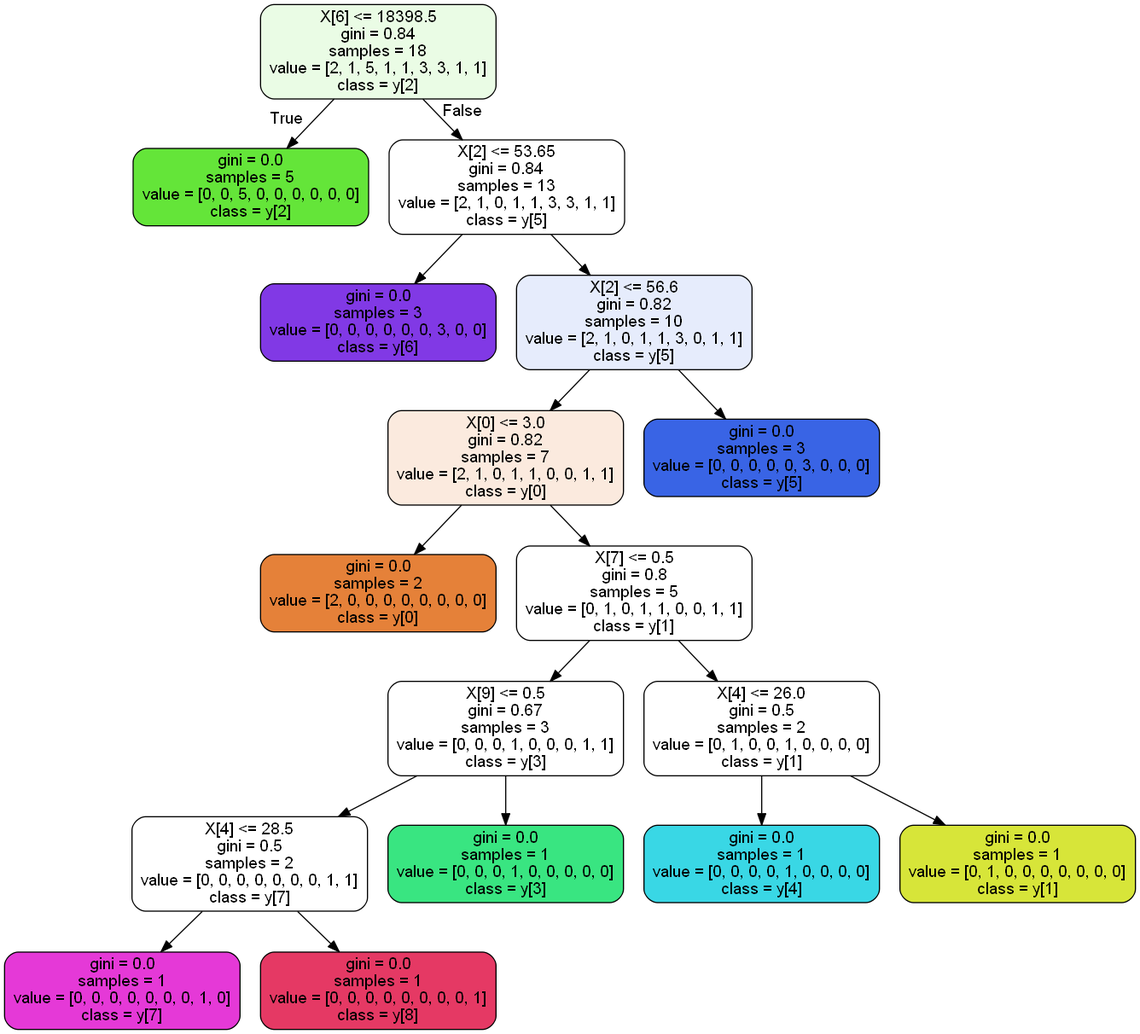
AndreaDagg/DecisIonCAr keeps this Graphviz diagram as treerace.png. Above is the earlier version. Its source is kept beside it as treerace.dot.
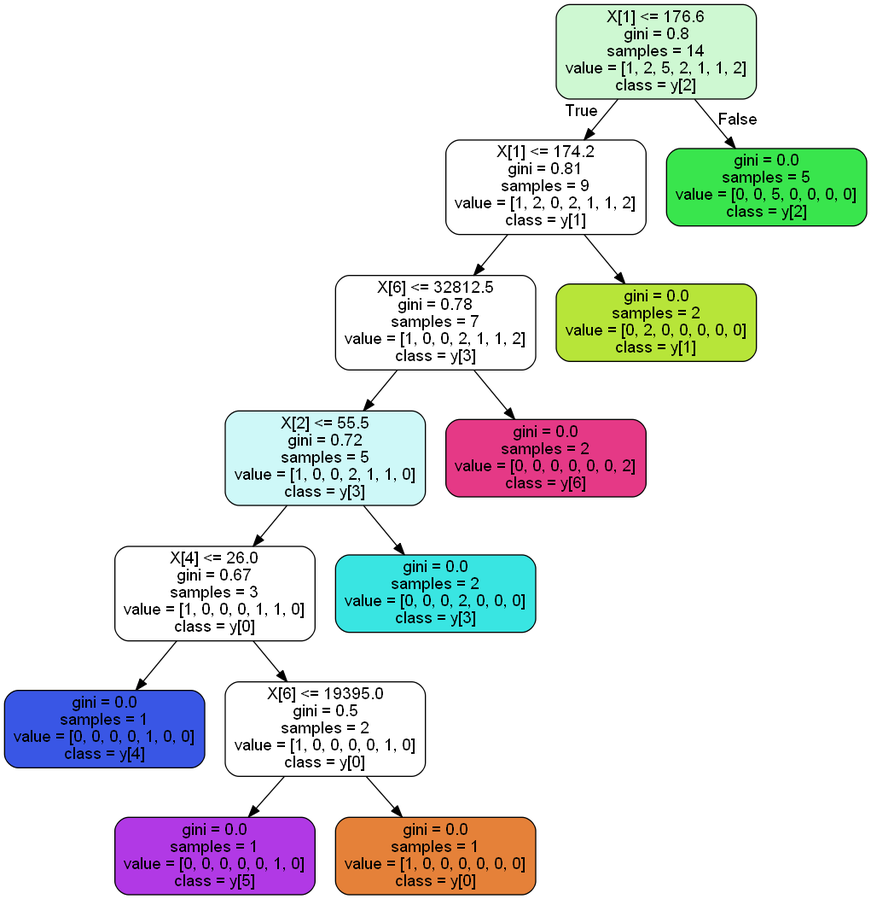
The same diagram one commit later.

Diff of the diagram source:
```diff
@@ -1,37 +1,29 @@
 digraph Tree {
 node [shape=box, style="filled, rounded", color="black", fontname=helvetica] ;
 edge [fontname=helvetica] ;
-0 [label="X[6] <= 18398.5\ngini = 0.84\nsamples = 18\nvalue = [2, 1, 5, 1, 1, 3, 3, 1, 1]\nclass = y[2]", fillcolor="#eafce5"] ;
-1 [label="gini = 0.0\nsamples = 5\nvalue = [0, 0, 5, 0, 0, 0, 0, 0, 0]\nclass = y[2]", fillcolor="#64e539"] ;
+0 [label="X[1] <= 176.6\ngini = 0.8\nsamples = 14\nvalue = [1, 2, 5, 2, 1, 1, 2]\nclass = y[2]", fillcolor="#cef8d2"] ;
+1 [label="X[1] <= 174.2\ngini = 0.81\nsamples = 9\nvalue = [1, 2, 0, 2, 1, 1, 2]\nclass = y[1]", fillcolor="#ffffff"] ;
 0 -> 1 [labeldistance=2.5, labelangle=45, headlabel="True"] ;
-2 [label="X[2] <= 53.65\ngini = 0.84\nsamples = 13\nvalue = [2, 1, 0, 1, 1, 3, 3, 1, 1]\nclass = y[5]", fillcolor="#ffffff"] ;
-0 -> 2 [labeldistance=2.5, labelangle=-45, headlabel="False"] ;
-3 [label="gini = 0.0\nsamples = 3\nvalue = [0, 0, 0, 0, 0, 0, 3, 0, 0]\nclass = y[6]", fillcolor="#8139e5"] ;
+2 [label="X[6] <= 32812.5\ngini = 0.78\nsamples = 7\nvalue = [1, 0, 0, 2, 1, 1, 2]\nclass = y[3]", fillcolor="#ffffff"] ;
+1 -> 2 ;
+3 [label="X[2] <= 55.5\ngini = 0.72\nsamples = 5\nvalue = [1, 0, 0, 2, 1, 1, 0]\nclass = y[3]", fillcolor="#cef8f8"] ;
 2 -> 3 ;
-4 [label="X[2] <= 56.6\ngini = 0.82\nsamples = 10\nvalue = [2, 1, 0, 1, 1, 3, 0, 1, 1]\nclass = y[5]", fillcolor="#e6ecfc"] ;
-2 -> 4 ;
-5 [label="X[0] <= 3.0\ngini = 0.82\nsamples = 7\nvalue = [2, 1, 0, 1, 1, 0, 0, 1, 1]\nclass = y[0]", fillcolor="#fbeade"] ;
+4 [label="X[4] <= 26.0\ngini = 0.67\nsamples = 3\nvalue = [1, 0, 0, 0, 1, 1, 0]\nclass = y[0]", fillcolor="#ffffff"] ;
+3 -> 4 ;
+5 [label="gini = 0.0\nsamples = 1\nvalue = [0, 0, 0, 0, 1, 0, 0]\nclass = y[4]", fillcolor="#3956e5"] ;
 4 -> 5 ;
-6 [label="gini = 0.0\nsamples = 2\nvalue = [2, 0, 0, 0, 0, 0, 0, 0, 0]\nclass = y[0]", fillcolor="#e58139"] ;
-5 -> 6 ;
-7 [label="X[7] <= 0.5\ngini = 0.8\nsamples = 5\nvalue = [0, 1, 0, 1, 1, 0, 0, 1, 1]\nclass = y[1]", fillcolor="#ffffff"] ;
-5 -> 7 ;
-8 [label="X[9] <= 0.5\ngini = 0.67\nsamples = 3\nvalue = [0, 0, 0, 1, 0, 0, 0, 1, 1]\nclass = y[3]", fillcolor="#ffffff"] ;
-7 -> 8 ;
-9 [label="X[4] <= 28.5\ngini = 0.5\nsamples = 2\nvalue = [0, 0, 0, 0, 0, 0, 0, 1, 1]\nclass = y[7]", fillcolor="#ffffff"] ;
-8 -> 9 ;
-10 [label="gini = 0.0\nsamples = 1\nvalue = [0, 0, 0, 0, 0, 0, 0, 1, 0]\nclass = y[7]", fillcolor="#e539d7"] ;
-9 -> 10 ;
-11 [label="gini = 0.0\nsamples = 1\nvalue = [0, 0, 0, 0, 0, 0, 0, 0, 1]\nclass = y[8]", fillcolor="#e53964"] ;
-9 -> 11 ;
-12 [label="gini = 0.0\nsamples = 1\nvalue = [0, 0, 0, 1, 0, 0, 0, 0, 0]\nclass = y[3]", fillcolor="#39e581"] ;
-8 -> 12 ;
-13 [label="X[4] <= 26.0\ngini = 0.5\nsamples = 2\nvalue = [0, 1, 0, 0, 1, 0, 0, 0, 0]\nclass = y[1]", fillcolor="#ffffff"] ;
-7 -> 13 ;
-14 [label="gini = 0.0\nsamples = 1\nvalue = [0, 0, 0, 0, 1, 0, 0, 0, 0]\nclass = y[4]", fillcolor="#39d7e5"] ;
-13 -> 14 ;
-15 [label="gini = 0.0\nsamples = 1\nvalue = [0, 1, 0, 0, 0, 0, 0, 0, 0]\nclass = y[1]", fillcolor="#d7e539"] ;
-13 -> 15 ;
-16 [label="gini = 0.0\nsamples = 3\nvalue = [0, 0, 0, 0, 0, 3, 0, 0, 0]\nclass = y[5]", fillcolor="#3964e5"] ;
-4 -> 16 ;
+6 [label="X[6] <= 19395.0\ngini = 0.5\nsamples = 2\nvalue = [1, 0, 0, 0, 0, 1, 0]\nclass = y[0]", fillcolor="#ffffff"] ;
+4 -> 6 ;
+7 [label="gini = 0.0\nsamples = 1\nvalue = [0, 0, 0, 0, 0, 1, 0]\nclass = y[5]", fillcolor="#b139e5"] ;
+6 -> 7 ;
+8 [label="gini = 0.0\nsamples = 1\nvalue = [1, 0, 0, 0, 0, 0, 0]\nclass = y[0]", fillcolor="#e58139"] ;
+6 -> 8 ;
+9 [label="gini = 0.0\nsamples = 2\nvalue = [0, 0, 0, 2, 0, 0, 0]\nclass = y[3]", fillcolor="#39e5e2"] ;
+3 -> 9 ;
+10 [label="gini = 0.0\nsamples = 2\nvalue = [0, 0, 0, 0, 0, 0, 2]\nclass = y[6]", fillcolor="#e53986"] ;
+2 -> 10 ;
+11 [label="gini = 0.0\nsamples = 2\nvalue = [0, 2, 0, 0, 0, 0, 0]\nclass = y[1]", fillcolor="#b7e539"] ;
+1 -> 11 ;
+12 [label="gini = 0.0\nsamples = 5\nvalue = [0, 0, 5, 0, 0, 0, 0]\nclass = y[2]", fillcolor="#39e54d"] ;
+0 -> 12 [labeldistance=2.5, labelangle=-45, headlabel="False"] ;
 }
```
